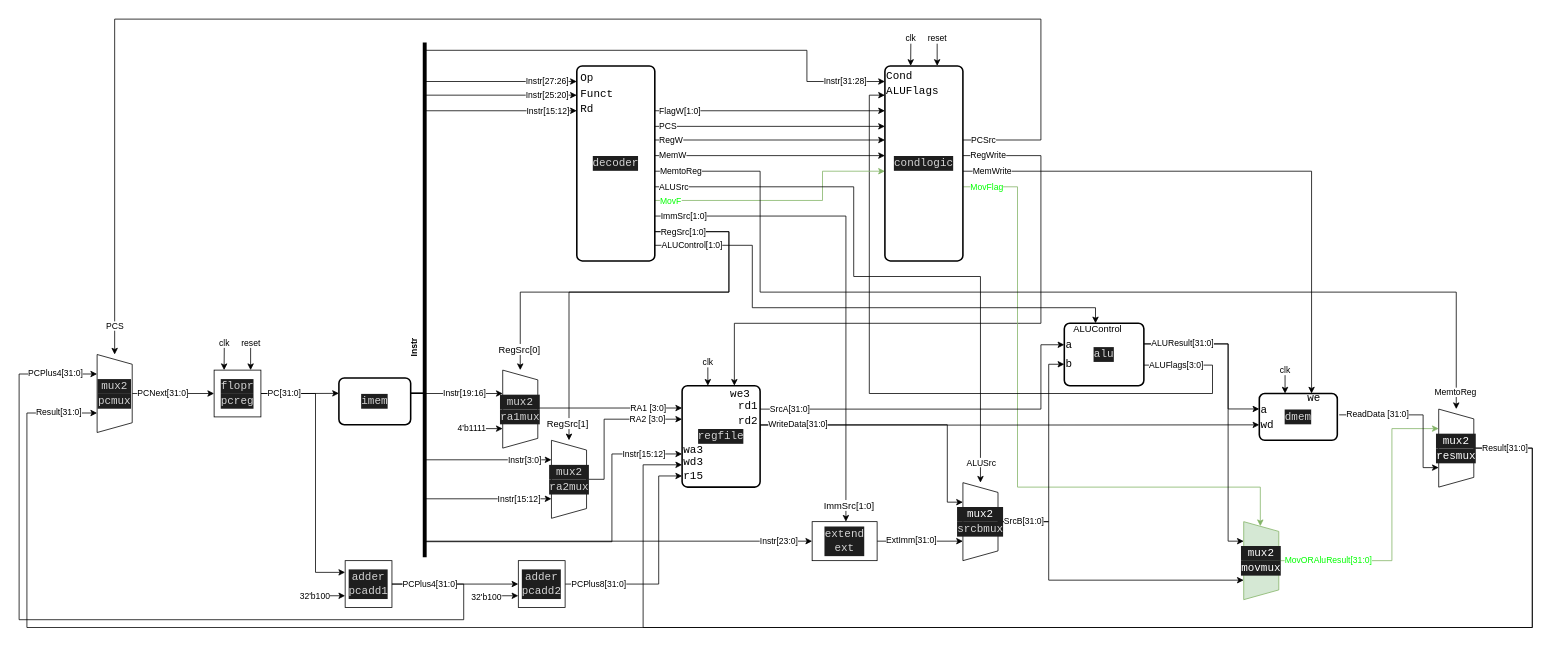
Above: diagram.drawio in moliverth/arm_single_extended (draw.io), before the change. Source tidied: cells renumbered, new cells numbered last; positions are measured from the earlier drawing's top-left corner, leaving out a move shared by most shapes. Both pictures are drawn from the tidied source at 78%, with x=0, y=0 at pixel (19, 19).
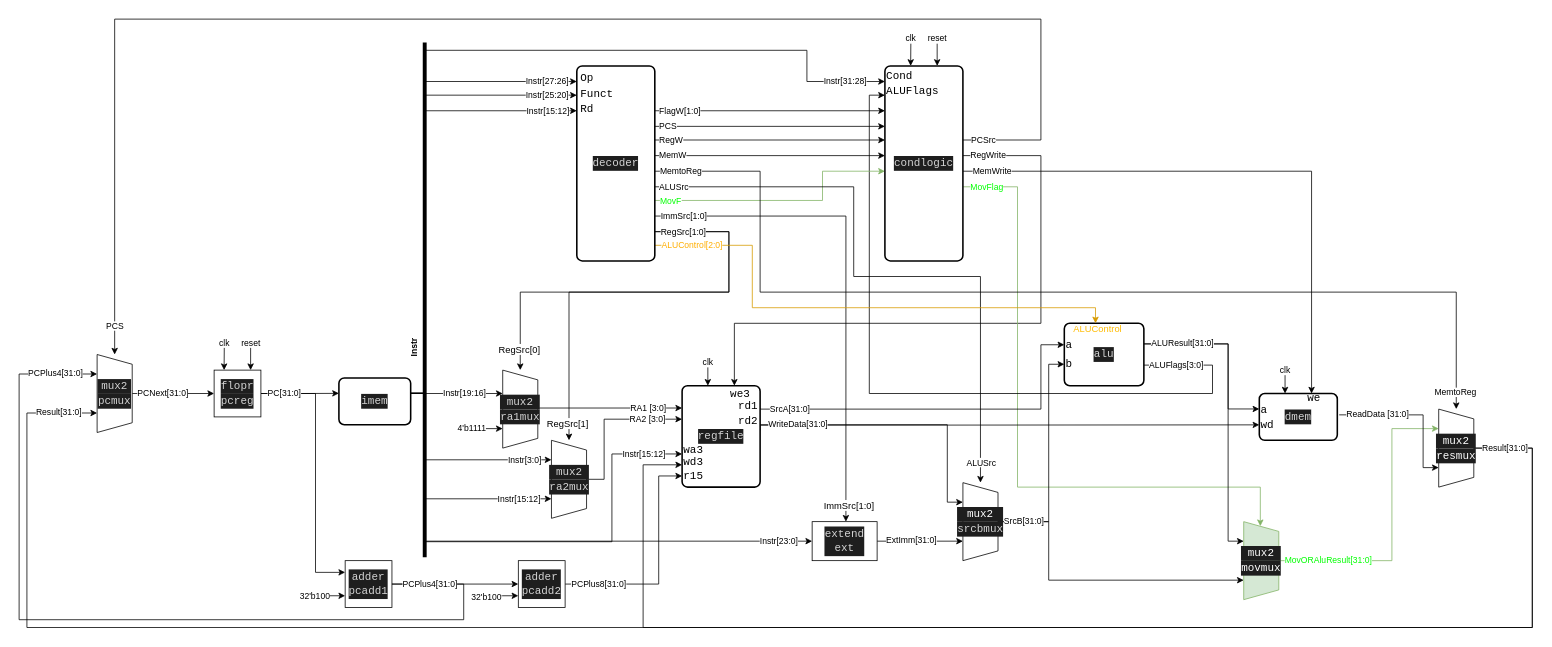
The same diagram, later.

Commit message:
bit extension in AluControl

Unchanged cells that the change refers to:
```xml
<mxCell id="63" value="&lt;div style=&quot;color: rgb(212, 212, 212); background-color: rgb(30, 30, 30); font-family: Consolas, &amp;quot;Courier New&amp;quot;, monospace; font-size: 14px; line-height: 19px;&quot;&gt;&lt;div style=&quot;line-height: 19px;&quot;&gt;&lt;div style=&quot;line-height: 19px;&quot;&gt;decoder&lt;/div&gt;&lt;/div&gt;&lt;/div&gt;" style="rounded=1;whiteSpace=wrap;html=1;absoluteArcSize=1;arcSize=14;strokeWidth=2;points=[[0,0.08,0,0,0],[0,0.15,0,0,0],[0,0.23,0,0,0],[0,0.31,0,0,0],[0,0.38,0,0,0],[0,0.46,0,0,0],[0,0.54,0,0,0],[0,0.62,0,0,0],[0,0.69,0,0,0],[0,0.77,0,0,0],[0,0.85,0,0,0],[0,0.92,0,0,0],[0.33,0,0,0,0],[0.33,1,0,0,0],[0.67,0,0,0,0],[0.67,1,0,0,0],[1,0.08,0,0,0],[1,0.15,0,0,0],[1,0.23,0,0,0],[1,0.31,0,0,0],[1,0.38,0,0,0],[1,0.46,0,0,0],[1,0.54,0,0,0],[1,0.62,0,0,0],[1,0.69,0,0,0],[1,0.77,0,0,0],[1,0.85,0,0,0],[1,0.92,0,0,0]];" parent="1" vertex="1">
  <mxGeometry x="715" y="60" width="100" height="250" as="geometry" />
</mxCell>
```

The edit, as a diff of the source:
```diff
@@
-    <mxCell id="62" value="ALUControl[1:0]" style="edgeStyle=orthogonalEdgeStyle;rounded=0;jettySize=auto;html=1;exitX=1;exitY=0.92;exitDx=0;exitDy=0;exitPerimeter=0;entryX=0.5;entryY=0;entryDx=0;entryDy=0;align=left;" parent="1" edge="1" source="63" target="84">
+    <mxCell id="62" value="&lt;font color=&quot;#ffae00&quot;&gt;ALUControl[2:0]&lt;/font&gt;" style="edgeStyle=orthogonalEdgeStyle;rounded=0;jettySize=auto;html=1;exitX=1;exitY=0.92;exitDx=0;exitDy=0;exitPerimeter=0;entryX=0.5;entryY=0;entryDx=0;entryDy=0;align=left;fillColor=#ffe6cc;strokeColor=#d79b00;" parent="1" edge="1" source="63" target="84">
       <mxGeometry x="-0.98" relative="1" as="geometry">
         <Array as="points">
           <mxPoint x="940" y="290" />
           <mxPoint x="940" y="370" />
           <mxPoint x="1380" y="370" />
         </Array>
       </mxGeometry>
     </mxCell>
@@
-    <mxCell id="84" value="ALUControl" style="text;whiteSpace=wrap;html=1;labelBackgroundColor=none;fontColor=#000000;verticalAlign=middle;" parent="1" vertex="1">
+    <mxCell id="84" value="&lt;font color=&quot;#ffbb00&quot;&gt;ALUControl&lt;/font&gt;" style="text;whiteSpace=wrap;html=1;labelBackgroundColor=none;fontColor=#000000;verticalAlign=middle;" parent="1" vertex="1">
       <mxGeometry x="1350" y="390" width="60" height="15" as="geometry" />
     </mxCell>
```
